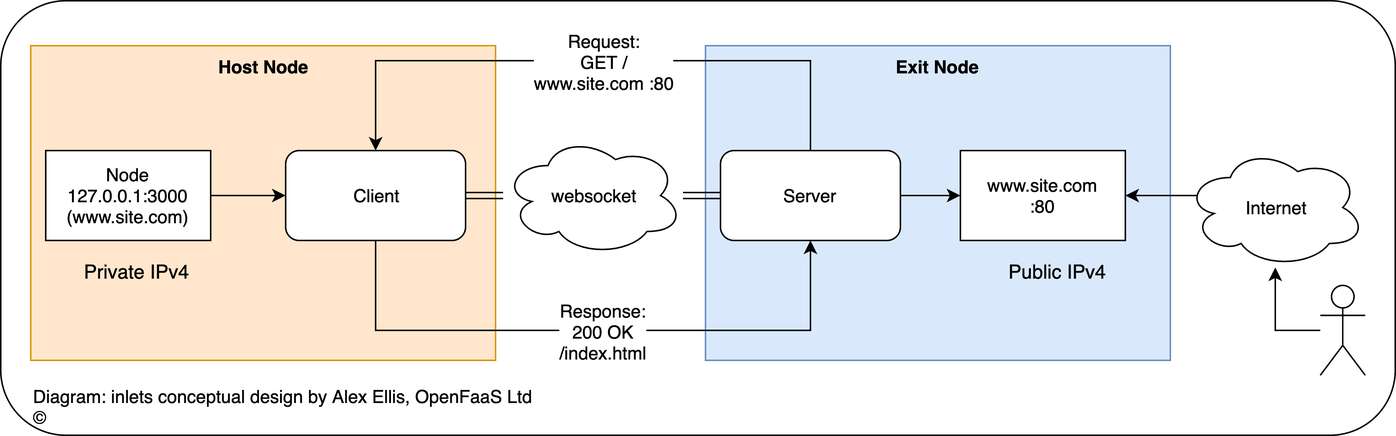
ssddanbrown/inlets keeps this draw.io diagram as docs/inlets.png. Above is the earlier version. Source tidied: cells renumbered, new cells last; positions are measured from the earlier drawing's top-left corner, leaving out a move shared by most shapes.
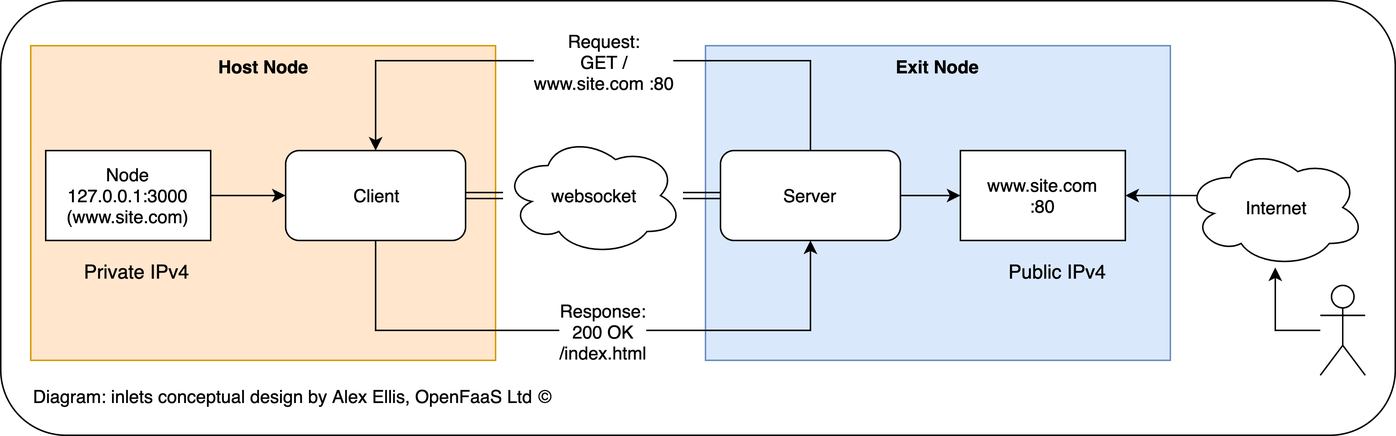
After the commit.

What changed in the source:
```diff
@@ -86,8 +86,11 @@
     <mxCell id="23" style="shape=umlActor;verticalLabelPosition=bottom;labelBackgroundColor=#ffffff;verticalAlign=top;html=1;outlineConnect=0;fontFamily=Helvetica;fontSize=13;" parent="1" vertex="1">
       <mxGeometry x="880" y="190" width="30" height="60" as="geometry" />
     </mxCell>
-    <mxCell id="24" value="Diagram: inlets conceptual design by Alex Ellis, OpenFaaS Ltd ©" style="text;html=1;strokeColor=none;fillColor=none;align=left;verticalAlign=middle;whiteSpace=wrap;rounded=0;" parent="1" vertex="1">
-      <mxGeometry x="20" y="254" width="760" height="20" as="geometry" />
+    <mxCell id="24" value="Diagram: inlets conceptual design by Alex Ellis, OpenFaaS Ltd" style="text;html=1;strokeColor=none;fillColor=none;align=left;verticalAlign=middle;whiteSpace=wrap;rounded=0;" parent="1" vertex="1">
+      <mxGeometry x="20" y="254" width="360" height="20" as="geometry" />
     </mxCell>
+    <mxCell id="25" value="©" style="text;html=1;strokeColor=none;fillColor=none;align=left;verticalAlign=middle;whiteSpace=wrap;rounded=0;" parent="1" vertex="1">
+      <mxGeometry x="357" y="254" width="30" height="20" as="geometry" />
+    </mxCell>
   </root>
 </mxGraphModel>
```
